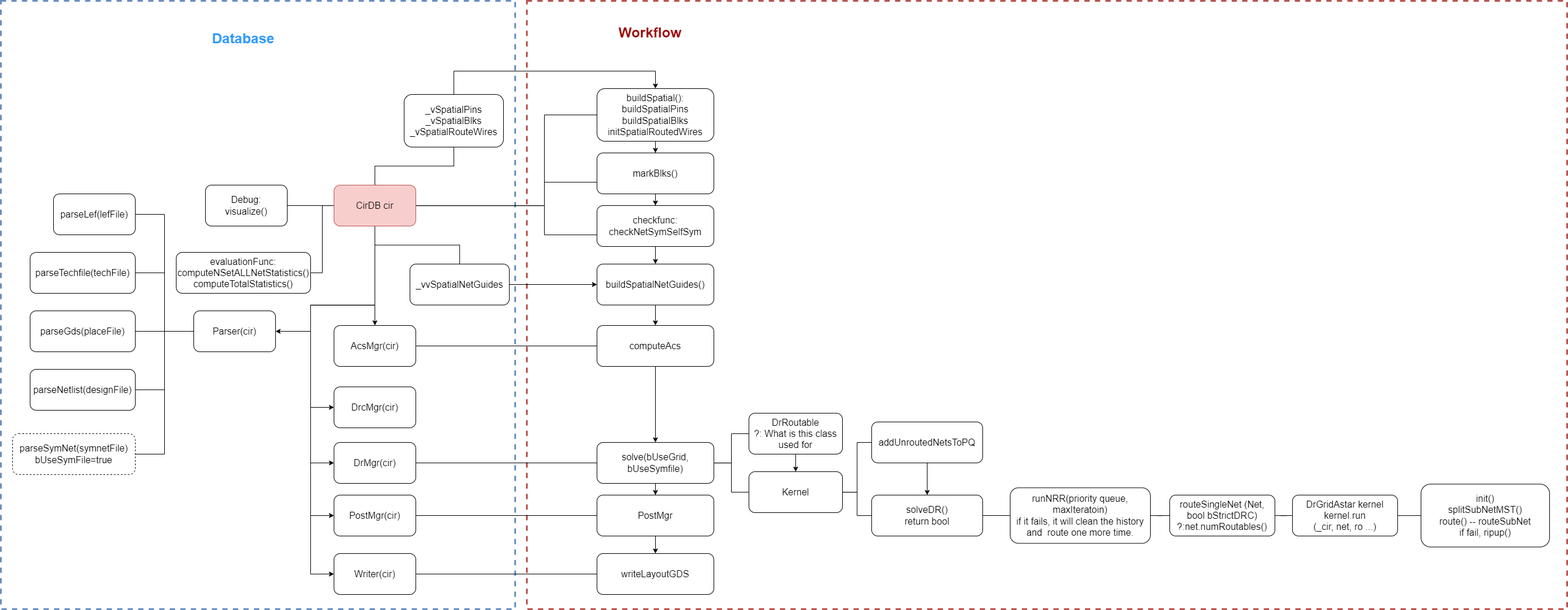
Above: anaroute.drawio.png in ajiann/drawio (draw.io), before the change. Source tidied: cells renumbered, new cells last; positions are measured from the earlier drawing's top-left corner, leaving out a move shared by most shapes.
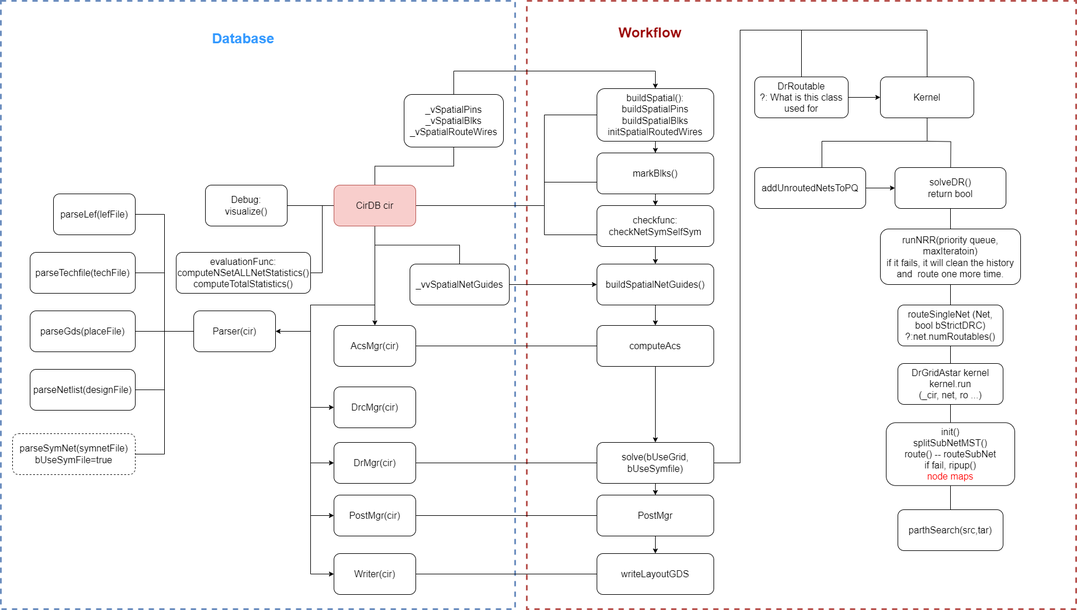
The same file after the commit.

Diff of the diagram source:
```diff
@@ -3,7 +3,7 @@
     <mxCell id="0" />
     <mxCell id="1" parent="0" />
     <mxCell id="2" style="rounded=0;whiteSpace=wrap;html=1;strokeColor=#b85450;align=center;verticalAlign=middle;fontFamily=Helvetica;fontSize=12;fillColor=none;strokeWidth=3;dashed=1;" parent="1" vertex="1">
-      <mxGeometry x="900" width="1780" height="1040" as="geometry" />
+      <mxGeometry x="900" width="940" height="1040" as="geometry" />
     </mxCell>
     <mxCell id="3" style="rounded=0;whiteSpace=wrap;html=1;strokeColor=#6c8ebf;align=center;verticalAlign=middle;fontFamily=Helvetica;fontSize=12;fillColor=none;strokeWidth=3;dashed=1;" parent="1" vertex="1">
       <mxGeometry width="880" height="1040" as="geometry" />
@@ -227,61 +227,88 @@
       <mxGeometry relative="1" as="geometry" />
     </mxCell>
     <mxCell id="60" value="DrRoutable&lt;div style=&quot;font-size: 16px;&quot;&gt;?: What is this class used for&lt;/div&gt;" style="rounded=1;whiteSpace=wrap;html=1;fontSize=16;" parent="1" vertex="1">
-      <mxGeometry x="1280" y="705" width="160" height="70" as="geometry" />
+      <mxGeometry x="1290" y="130" width="160" height="70" as="geometry" />
     </mxCell>
-    <mxCell id="61" style="edgeStyle=orthogonalEdgeStyle;rounded=0;jettySize=auto;html=1;entryX=0;entryY=0.5;entryDx=0;entryDy=0;fontFamily=Helvetica;fontSize=12;fontColor=default;endArrow=none;endFill=0;" parent="1" edge="1" source="63" target="65">
-      <mxGeometry relative="1" as="geometry" />
+    <mxCell id="61" style="edgeStyle=orthogonalEdgeStyle;rounded=0;jettySize=auto;html=1;entryX=0.5;entryY=0;entryDx=0;entryDy=0;fontFamily=Helvetica;fontSize=12;fontColor=default;endArrow=none;endFill=0;" parent="1" edge="1" source="63" target="65">
+      <mxGeometry relative="1" as="geometry">
+        <Array as="points">
+          <mxPoint x="1585" y="240" />
+          <mxPoint x="1405" y="240" />
+        </Array>
+      </mxGeometry>
     </mxCell>
-    <mxCell id="62" style="edgeStyle=orthogonalEdgeStyle;rounded=0;jettySize=auto;html=1;entryX=0;entryY=0.5;entryDx=0;entryDy=0;fontFamily=Helvetica;fontSize=12;fontColor=default;endArrow=none;endFill=0;" parent="1" edge="1" source="63" target="67">
-      <mxGeometry relative="1" as="geometry" />
+    <mxCell id="62" style="edgeStyle=orthogonalEdgeStyle;rounded=0;orthogonalLoop=1;jettySize=auto;html=1;entryX=0.5;entryY=0;entryDx=0;entryDy=0;fontFamily=Helvetica;fontSize=12;fontColor=default;endArrow=none;endFill=0;" parent="1" edge="1">
+      <mxGeometry relative="1" as="geometry">
+        <mxPoint x="1585" y="240" as="sourcePoint" />
+        <mxPoint x="1625" y="325" as="targetPoint" />
+      </mxGeometry>
     </mxCell>
     <mxCell id="63" value="Kernel" style="rounded=1;whiteSpace=wrap;html=1;fontSize=16;" parent="1" vertex="1">
-      <mxGeometry x="1280" y="805" width="160" height="70" as="geometry" />
+      <mxGeometry x="1505" y="130" width="160" height="70" as="geometry" />
     </mxCell>
-    <mxCell id="64" style="edgeStyle=orthogonalEdgeStyle;rounded=0;jettySize=auto;html=1;entryX=0.5;entryY=0;entryDx=0;entryDy=0;fontFamily=Helvetica;fontSize=12;fontColor=default;" parent="1" edge="1" source="65" target="67">
+    <mxCell id="64" style="edgeStyle=orthogonalEdgeStyle;rounded=0;jettySize=auto;html=1;fontFamily=Helvetica;fontSize=12;fontColor=default;" parent="1" edge="1" source="65" target="67">
       <mxGeometry relative="1" as="geometry" />
     </mxCell>
     <mxCell id="65" value="addUnroutedNetsToPQ" style="rounded=1;whiteSpace=wrap;html=1;fontSize=16;" parent="1" vertex="1">
-      <mxGeometry x="1490" y="720" width="190" height="70" as="geometry" />
+      <mxGeometry x="1290" y="285" width="190" height="70" as="geometry" />
     </mxCell>
-    <mxCell id="66" style="edgeStyle=orthogonalEdgeStyle;rounded=0;jettySize=auto;html=1;entryX=0;entryY=0.5;entryDx=0;entryDy=0;fontFamily=Helvetica;fontSize=12;fontColor=default;endArrow=none;endFill=0;" parent="1" edge="1" source="67" target="69">
+    <mxCell id="66" style="edgeStyle=orthogonalEdgeStyle;rounded=0;jettySize=auto;html=1;entryX=0.5;entryY=0;entryDx=0;entryDy=0;fontFamily=Helvetica;fontSize=12;fontColor=default;endArrow=none;endFill=0;" parent="1" edge="1" source="67" target="69">
       <mxGeometry relative="1" as="geometry" />
     </mxCell>
     <mxCell id="67" value="solveDR()&lt;div style=&quot;font-size: 16px;&quot;&gt;return bool&lt;/div&gt;" style="rounded=1;whiteSpace=wrap;html=1;fontSize=16;" parent="1" vertex="1">
-      <mxGeometry x="1490" y="845" width="190" height="70" as="geometry" />
+      <mxGeometry x="1530" y="285" width="190" height="70" as="geometry" />
     </mxCell>
-    <mxCell id="68" style="edgeStyle=orthogonalEdgeStyle;rounded=0;jettySize=auto;html=1;entryX=0;entryY=0.5;entryDx=0;entryDy=0;fontFamily=Helvetica;fontSize=12;fontColor=default;endArrow=none;endFill=0;" parent="1" edge="1" source="69" target="71">
+    <mxCell id="68" style="edgeStyle=orthogonalEdgeStyle;rounded=0;jettySize=auto;html=1;entryX=0.5;entryY=0;entryDx=0;entryDy=0;fontFamily=Helvetica;fontSize=12;fontColor=default;endArrow=none;endFill=0;exitX=0.5;exitY=1;exitDx=0;exitDy=0;" parent="1" edge="1" source="69" target="71">
       <mxGeometry relative="1" as="geometry" />
     </mxCell>
     <mxCell id="69" value="runNRR(priority queue, maxIteratoin)&lt;div style=&quot;font-size: 16px;&quot;&gt;if it fails, it will clean the history and&amp;nbsp; route one more time.&lt;/div&gt;" style="rounded=1;whiteSpace=wrap;html=1;fontSize=16;" parent="1" vertex="1">
-      <mxGeometry x="1727" y="832.5" width="240" height="95" as="geometry" />
+      <mxGeometry x="1505" y="390" width="240" height="95" as="geometry" />
     </mxCell>
-    <mxCell id="70" style="edgeStyle=orthogonalEdgeStyle;rounded=0;jettySize=auto;html=1;entryX=0;entryY=0.5;entryDx=0;entryDy=0;fontFamily=Helvetica;fontSize=12;fontColor=default;endArrow=none;endFill=0;" parent="1" edge="1" source="71" target="73">
+    <mxCell id="70" style="edgeStyle=orthogonalEdgeStyle;rounded=0;jettySize=auto;html=1;fontFamily=Helvetica;fontSize=12;fontColor=default;endArrow=none;endFill=0;" parent="1" edge="1" source="71" target="73">
       <mxGeometry relative="1" as="geometry" />
     </mxCell>
     <mxCell id="71" value="routeSingleNet (Net, bool bStrictDRC)&lt;div style=&quot;font-size: 16px;&quot;&gt;?:net.numRoutables()&lt;/div&gt;" style="rounded=1;whiteSpace=wrap;html=1;fontSize=16;" parent="1" vertex="1">
-      <mxGeometry x="2000" y="845" width="180" height="70" as="geometry" />
+      <mxGeometry x="1535" y="520" width="180" height="70" as="geometry" />
     </mxCell>
     <mxCell id="72" style="edgeStyle=orthogonalEdgeStyle;rounded=0;jettySize=auto;html=1;fontFamily=Helvetica;fontSize=12;fontColor=default;endArrow=none;endFill=0;" parent="1" edge="1" source="73" target="74">
       <mxGeometry relative="1" as="geometry" />
     </mxCell>
     <mxCell id="73" value="DrGridAstar kernel&lt;div style=&quot;font-size: 16px;&quot;&gt;kernel.run&lt;/div&gt;&lt;div style=&quot;font-size: 16px;&quot;&gt;(_cir, net, ro ...)&lt;/div&gt;" style="rounded=1;whiteSpace=wrap;html=1;fontSize=16;" parent="1" vertex="1">
-      <mxGeometry x="2210" y="845" width="180" height="70" as="geometry" />
+      <mxGeometry x="1535" y="620" width="180" height="70" as="geometry" />
     </mxCell>
+    <mxCell id="79" style="edgeStyle=orthogonalEdgeStyle;rounded=0;jettySize=auto;html=1;entryX=0.5;entryY=0;entryDx=0;entryDy=0;fontFamily=Helvetica;fontSize=12;fontColor=default;endArrow=none;endFill=0;" parent="1" edge="1" source="74" target="80">
+      <mxGeometry relative="1" as="geometry" />
+    </mxCell>
-    <mxCell id="74" value="init()&lt;div style=&quot;font-size: 16px;&quot;&gt;splitSubNetMST()&lt;/div&gt;&lt;div style=&quot;font-size: 16px;&quot;&gt;route() -- routeSubNet&lt;/div&gt;&lt;div style=&quot;font-size: 16px;&quot;&gt;if fail, ripup()&lt;/div&gt;" style="rounded=1;whiteSpace=wrap;html=1;fontSize=16;" parent="1" vertex="1">
-      <mxGeometry x="2430" y="826.2" width="220" height="107.5" as="geometry" />
+    <mxCell id="74" value="init()&lt;div style=&quot;font-size: 16px;&quot;&gt;splitSubNetMST()&lt;/div&gt;&lt;div style=&quot;font-size: 16px;&quot;&gt;route() -- routeSubNet&lt;/div&gt;&lt;div style=&quot;font-size: 16px;&quot;&gt;if fail, ripup()&lt;/div&gt;&lt;div style=&quot;font-size: 16px;&quot;&gt;&lt;font color=&quot;#ff0000&quot;&gt;node maps&lt;/font&gt;&lt;/div&gt;" style="rounded=1;whiteSpace=wrap;html=1;fontSize=16;" parent="1" vertex="1">
+      <mxGeometry x="1515" y="721.2" width="220" height="107.5" as="geometry" />
     </mxCell>
     <mxCell id="75" style="edgeStyle=orthogonalEdgeStyle;rounded=0;jettySize=auto;html=1;entryX=0.5;entryY=0;entryDx=0;entryDy=0;fontFamily=Helvetica;fontSize=12;fontColor=default;" parent="1" edge="1" source="78" target="38">
       <mxGeometry relative="1" as="geometry" />
     </mxCell>
-    <mxCell id="76" style="edgeStyle=orthogonalEdgeStyle;rounded=0;jettySize=auto;html=1;entryX=0;entryY=0.5;entryDx=0;entryDy=0;fontFamily=Helvetica;fontSize=12;fontColor=default;endArrow=none;endFill=0;" parent="1" edge="1" source="78" target="60">
-      <mxGeometry relative="1" as="geometry" />
+    <mxCell id="76" style="edgeStyle=orthogonalEdgeStyle;rounded=0;jettySize=auto;html=1;entryX=0.5;entryY=0;entryDx=0;entryDy=0;fontFamily=Helvetica;fontSize=12;fontColor=default;endArrow=none;endFill=0;" parent="1" edge="1" source="78" target="60">
+      <mxGeometry relative="1" as="geometry">
+        <Array as="points">
+          <mxPoint x="1265" y="790" />
+          <mxPoint x="1265" y="50" />
+          <mxPoint x="1370" y="50" />
+        </Array>
+      </mxGeometry>
     </mxCell>
-    <mxCell id="77" style="edgeStyle=orthogonalEdgeStyle;rounded=0;jettySize=auto;html=1;fontFamily=Helvetica;fontSize=12;fontColor=default;endArrow=none;endFill=0;" parent="1" edge="1" source="78" target="63">
-      <mxGeometry relative="1" as="geometry" />
+    <mxCell id="77" style="edgeStyle=orthogonalEdgeStyle;rounded=0;jettySize=auto;html=1;fontFamily=Helvetica;fontSize=12;fontColor=default;endArrow=none;endFill=0;entryX=0.5;entryY=0;entryDx=0;entryDy=0;" parent="1" edge="1" target="63">
+      <mxGeometry relative="1" as="geometry">
+        <mxPoint x="1225" y="790" as="sourcePoint" />
+        <Array as="points">
+          <mxPoint x="1265" y="790" />
+          <mxPoint x="1265" y="50" />
+          <mxPoint x="1585" y="50" />
+        </Array>
+      </mxGeometry>
     </mxCell>
     <mxCell id="78" value="solve(bUseGrid, bUseSymfile)" style="rounded=1;whiteSpace=wrap;html=1;fontSize=16;" parent="1" vertex="1">
       <mxGeometry x="1020" y="755" width="200" height="70" as="geometry" />
     </mxCell>
+    <mxCell id="80" value="parthSearch(src,tar)" style="rounded=1;whiteSpace=wrap;html=1;fontSize=16;" parent="1" vertex="1">
+      <mxGeometry x="1535" y="870" width="180" height="70" as="geometry" />
+    </mxCell>
   </root>
 </mxGraphModel>
```
